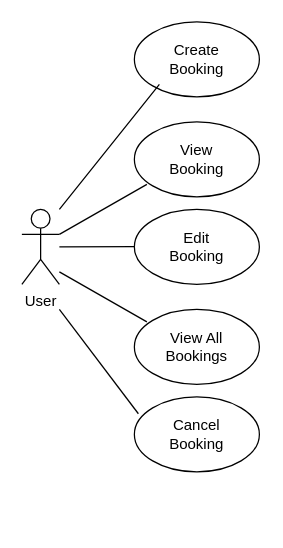
This is use_case.drawio from sagesaintsalem/ccfirstproject, a draw.io file, before an edit. Source tidied: cells renumbered, new cells numbered last; positions are measured from the earlier drawing's top-left corner, leaving out a move shared by most shapes. Both pictures are drawn from the tidied source at 125%, with x=0, y=0 at pixel (21, 21).
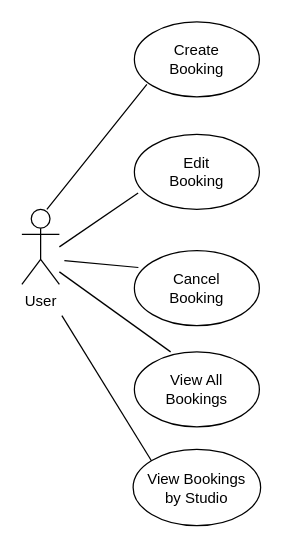
After the change.

The change refers to these unchanged cells:
```xml
<mxCell id="5" style="ellipse;whiteSpace=wrap;html=1;fillColor=none;" parent="4" vertex="1">
  <mxGeometry width="100" height="60" as="geometry" />
</mxCell>
```

Change to the diagram source:
```diff
@@
     <mxCell id="3" style="endArrow=none;html=1;rounded=0;" parent="1" edge="1">
       <mxGeometry relative="1" as="geometry">
-        <mxPoint x="30" y="150" as="sourcePoint" />
-        <mxPoint x="70" y="100" as="targetPoint" />
+        <mxPoint x="20" y="150" as="sourcePoint" />
+        <mxPoint x="60" y="100" as="targetPoint" />
         <Array as="points">
-          <mxPoint x="110" y="50" />
+          <mxPoint x="100" y="50" />
         </Array>
       </mxGeometry>
     </mxCell>
+    <mxCell id="7" style="group;" parent="1" vertex="1">
+      <mxGeometry x="90" y="150" width="100" height="93" as="geometry" />
+    </mxCell>
+    <mxCell id="21" style="group;" parent="7" vertex="1">
+      <mxGeometry y="-60" width="100" height="60" as="geometry" />
+    </mxCell>
+    <mxCell id="8" style="ellipse;whiteSpace=wrap;html=1;fillColor=none;" parent="21" vertex="1">
+      <mxGeometry width="100" height="60" as="geometry" />
+    </mxCell>
+    <mxCell id="9" value="Edit Booking" style="text;html=1;strokeColor=none;fillColor=none;align=center;verticalAlign=middle;whiteSpace=wrap;rounded=0;" parent="21" vertex="1">
+      <mxGeometry x="20" y="15" width="60" height="30" as="geometry" />
+    </mxCell>
-    <mxCell id="4" style="group;" parent="1" vertex="1">
-      <mxGeometry x="90" y="300" width="100" height="60" as="geometry" />
+    <mxCell id="4" style="group;" parent="7" vertex="1">
+      <mxGeometry y="33" width="100" height="60" as="geometry" />
     </mxCell>
@@
-    <mxCell id="7" style="group;" parent="1" vertex="1">
-      <mxGeometry x="90" y="150" width="100" height="60" as="geometry" />
-    </mxCell>
-    <mxCell id="8" style="ellipse;whiteSpace=wrap;html=1;fillColor=none;" parent="7" vertex="1">
-      <mxGeometry width="100" height="60" as="geometry" />
-    </mxCell>
-    <mxCell id="9" value="Edit Booking" style="text;html=1;strokeColor=none;fillColor=none;align=center;verticalAlign=middle;whiteSpace=wrap;rounded=0;" parent="7" vertex="1">
-      <mxGeometry x="20" y="15" width="60" height="30" as="geometry" />
-    </mxCell>
@@
-    <mxCell id="13" style="endArrow=none;html=1;rounded=0;" parent="1" edge="1">
+    <mxCell id="13" style="endArrow=none;html=1;rounded=0;entryX=0.03;entryY=0.783;entryDx=0;entryDy=0;entryPerimeter=0;" parent="1" edge="1" target="8">
       <mxGeometry relative="1" as="geometry">
         <mxPoint x="30" y="180" as="sourcePoint" />
-        <mxPoint x="90" y="179.7" as="targetPoint" />
       </mxGeometry>
     </mxCell>
     <mxCell id="14" style="endArrow=none;html=1;rounded=0;exitX=0.032;exitY=0.225;exitDx=0;exitDy=0;exitPerimeter=0;" parent="1" edge="1" source="5">
       <mxGeometry relative="1" as="geometry">
-        <mxPoint x="30" y="230" as="targetPoint" />
+        <mxPoint x="34" y="191" as="targetPoint" />
       </mxGeometry>
     </mxCell>
+    <mxCell id="20" style="endArrow=none;html=1;rounded=0;entryX=0.29;entryY=0;entryDx=0;entryDy=0;entryPerimeter=0;" parent="1" edge="1" target="15">
+      <mxGeometry relative="1" as="geometry">
+        <mxPoint x="30" y="200" as="sourcePoint" />
+      </mxGeometry>
+    </mxCell>
+    <mxCell id="22" style="group;" parent="1" vertex="1">
+      <mxGeometry x="90" y="264" width="100" height="60" as="geometry" />
+    </mxCell>
-    <mxCell id="15" style="ellipse;whiteSpace=wrap;html=1;fillColor=none;" parent="1" vertex="1">
-      <mxGeometry x="90" y="230" width="100" height="60" as="geometry" />
+    <mxCell id="15" style="ellipse;whiteSpace=wrap;html=1;fillColor=none;" parent="22" vertex="1">
+      <mxGeometry width="100" height="60" as="geometry" />
     </mxCell>
-    <mxCell id="16" style="ellipse;whiteSpace=wrap;html=1;fillColor=none;" parent="1" vertex="1">
-      <mxGeometry x="90" y="80" width="100" height="60" as="geometry" />
-    </mxCell>
-    <mxCell id="17" value="View Booking" style="text;html=1;strokeColor=none;fillColor=none;align=center;verticalAlign=middle;whiteSpace=wrap;rounded=0;" parent="1" vertex="1">
-      <mxGeometry x="110" y="95" width="60" height="30" as="geometry" />
-    </mxCell>
-    <mxCell id="18" value="View All Bookings" style="text;html=1;strokeColor=none;fillColor=none;align=center;verticalAlign=middle;whiteSpace=wrap;rounded=0;" parent="1" vertex="1">
-      <mxGeometry x="110" y="245" width="60" height="30" as="geometry" />
+    <mxCell id="18" value="View All Bookings" style="text;html=1;strokeColor=none;fillColor=none;align=center;verticalAlign=middle;whiteSpace=wrap;rounded=0;" parent="22" vertex="1">
+      <mxGeometry x="20" y="15" width="60" height="30" as="geometry" />
     </mxCell>
-    <mxCell id="19" style="endArrow=none;html=1;rounded=0;" parent="1" edge="1">
-      <mxGeometry relative="1" as="geometry">
-        <mxPoint x="30" y="170" as="sourcePoint" />
-        <mxPoint x="100" y="130" as="targetPoint" />
-      </mxGeometry>
-    </mxCell>
-    <mxCell id="20" style="endArrow=none;html=1;rounded=0;" parent="1" edge="1">
-      <mxGeometry relative="1" as="geometry">
-        <mxPoint x="30" y="200" as="sourcePoint" />
-        <mxPoint x="100" y="240" as="targetPoint" />
-      </mxGeometry>
-    </mxCell>
+    <mxCell id="23" style="ellipse;whiteSpace=wrap;html=1;" parent="1" vertex="1">
+      <mxGeometry x="89" y="342" width="102" height="61" as="geometry" />
+    </mxCell>
+    <mxCell id="24" value="View Bookings by Studio" style="text;html=1;strokeColor=none;fillColor=none;align=center;verticalAlign=middle;whiteSpace=wrap;rounded=0;" parent="1" vertex="1">
+      <mxGeometry x="99" y="352.5" width="82" height="40" as="geometry" />
+    </mxCell>
+    <mxCell id="25" style="endArrow=none;html=1;rounded=0;exitX=0;exitY=0;exitDx=0;exitDy=0;" parent="1" edge="1" source="23">
+      <mxGeometry relative="1" as="geometry">
+        <mxPoint x="32" y="235" as="targetPoint" />
+      </mxGeometry>
+    </mxCell>
```
